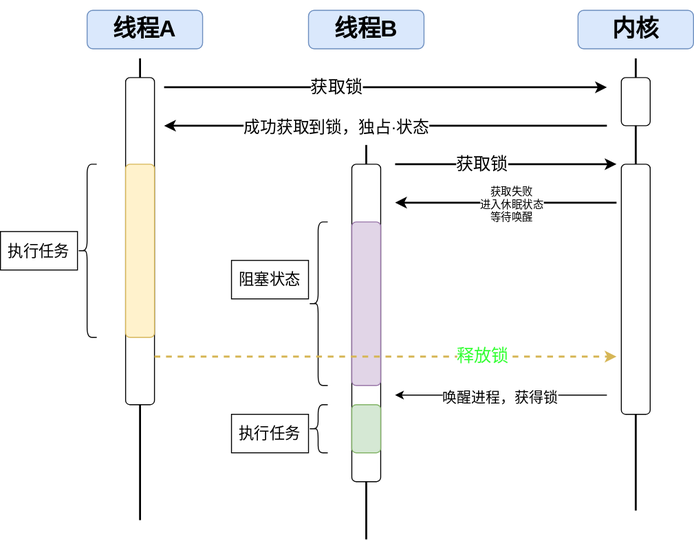
Earlier version of the draw.io export 互斥锁.svg (shenbeipiao/Reading-notes). Source tidied: cells renumbered, new cells last; positions are measured from the earlier drawing's top-left corner, leaving out a move shared by most shapes. Its diagram source:
```xml
<mxGraphModel>
  <root>
    <mxCell id="0" />
    <mxCell id="1" parent="0" />
    <mxCell id="2" style="line;strokeWidth=2;direction=south;html=1;" parent="1" vertex="1">
      <mxGeometry x="150" y="490" width="460" height="60" as="geometry" />
    </mxCell>
    <mxCell id="3" value="&lt;h1&gt;线程A&lt;/h1&gt;" style="rounded=1;whiteSpace=wrap;html=1;fillColor=#dae8fc;strokeColor=#6c8ebf;" parent="1" vertex="1">
      <mxGeometry x="90" width="120" height="40" as="geometry" />
    </mxCell>
    <mxCell id="4" value="&lt;h1&gt;线程B&lt;/h1&gt;" style="rounded=1;whiteSpace=wrap;html=1;fillColor=#dae8fc;strokeColor=#6c8ebf;" parent="1" vertex="1">
      <mxGeometry x="320" width="120" height="40" as="geometry" />
    </mxCell>
    <mxCell id="5" value="&lt;h1&gt;内核&lt;/h1&gt;" style="rounded=1;whiteSpace=wrap;html=1;fillColor=#dae8fc;strokeColor=#6c8ebf;" parent="1" vertex="1">
      <mxGeometry x="600" width="120" height="40" as="geometry" />
    </mxCell>
    <mxCell id="6" style="rounded=1;whiteSpace=wrap;html=1;" parent="1" vertex="1">
      <mxGeometry x="130" y="70" width="30" height="340" as="geometry" />
    </mxCell>
    <mxCell id="7" style="rounded=1;whiteSpace=wrap;html=1;" parent="1" vertex="1">
      <mxGeometry x="645" y="70" width="30" height="50" as="geometry" />
    </mxCell>
    <mxCell id="8" style="endArrow=classic;html=1;rounded=0;strokeWidth=2;" parent="1" edge="1">
      <mxGeometry relative="1" as="geometry">
        <mxPoint x="170" y="80" as="sourcePoint" />
        <mxPoint x="630" y="80" as="targetPoint" />
      </mxGeometry>
    </mxCell>
    <mxCell id="9" value="&lt;font style=&quot;font-size: 18px;&quot;&gt;获取锁&lt;/font&gt;" style="edgeLabel;html=1;align=center;verticalAlign=middle;" parent="8" vertex="1">
      <mxGeometry x="-0.23" y="1" relative="1" as="geometry" />
    </mxCell>
    <mxCell id="10" style="endArrow=classic;html=1;rounded=0;strokeWidth=2;" parent="1" edge="1">
      <mxGeometry relative="1" as="geometry">
        <mxPoint x="630" y="120" as="sourcePoint" />
        <mxPoint x="170" y="120" as="targetPoint" />
      </mxGeometry>
    </mxCell>
    <mxCell id="11" value="&lt;font style=&quot;font-size: 17px;&quot;&gt;成功获取到锁，独占·状态&lt;/font&gt;" style="edgeLabel;html=1;align=center;verticalAlign=middle;" parent="10" vertex="1">
      <mxGeometry x="0.23" y="2" relative="1" as="geometry" />
    </mxCell>
    <mxCell id="12" style="rounded=1;whiteSpace=wrap;html=1;" parent="1" vertex="1">
      <mxGeometry x="365" y="160" width="30" height="330" as="geometry" />
    </mxCell>
    <mxCell id="13" style="shape=curlyBracket;whiteSpace=wrap;html=1;rounded=1;labelPosition=left;verticalLabelPosition=middle;align=right;verticalAlign=middle;" parent="1" vertex="1">
      <mxGeometry x="80" y="160" width="20" height="180" as="geometry" />
    </mxCell>
    <mxCell id="14" style="rounded=1;whiteSpace=wrap;html=1;fillColor=#fff2cc;strokeColor=#d6b656;" parent="1" vertex="1">
      <mxGeometry x="130" y="160" width="30" height="180" as="geometry" />
    </mxCell>
    <mxCell id="15" value="&lt;font style=&quot;font-size: 16px;&quot;&gt;执行任务&lt;/font&gt;" style="whiteSpace=wrap;html=1;" parent="1" vertex="1">
      <mxGeometry y="230" width="80" height="40" as="geometry" />
    </mxCell>
    <mxCell id="16" style="rounded=1;whiteSpace=wrap;html=1;" parent="1" vertex="1">
      <mxGeometry x="645" y="160" width="30" height="260" as="geometry" />
    </mxCell>
    <mxCell id="17" style="endArrow=classic;html=1;rounded=0;strokeWidth=2;" parent="1" edge="1">
      <mxGeometry relative="1" as="geometry">
        <mxPoint x="410" y="160" as="sourcePoint" />
        <mxPoint x="640" y="160" as="targetPoint" />
      </mxGeometry>
    </mxCell>
    <mxCell id="18" value="&lt;font style=&quot;font-size: 18px;&quot;&gt;获取锁&lt;/font&gt;" style="edgeLabel;html=1;align=center;verticalAlign=middle;" parent="17" vertex="1">
      <mxGeometry x="-0.23" y="1" relative="1" as="geometry" />
    </mxCell>
    <mxCell id="19" style="endArrow=classic;html=1;rounded=0;strokeWidth=2;" parent="1" edge="1">
      <mxGeometry relative="1" as="geometry">
        <mxPoint x="640" y="200" as="sourcePoint" />
        <mxPoint x="410" y="200" as="targetPoint" />
      </mxGeometry>
    </mxCell>
    <mxCell id="20" value="&lt;span style=&quot;&quot;&gt;获取失败&lt;br&gt;进入休眠状态&lt;br&gt;等待唤醒&lt;/span&gt;" style="edgeLabel;html=1;align=center;verticalAlign=middle;" parent="19" vertex="1">
      <mxGeometry x="-0.23" y="1" relative="1" as="geometry">
        <mxPoint x="-21" as="offset" />
      </mxGeometry>
    </mxCell>
    <mxCell id="21" style="shape=curlyBracket;whiteSpace=wrap;html=1;rounded=1;labelPosition=left;verticalLabelPosition=middle;align=right;verticalAlign=middle;" parent="1" vertex="1">
      <mxGeometry x="320" y="220" width="20" height="170" as="geometry" />
    </mxCell>
    <mxCell id="22" style="rounded=1;whiteSpace=wrap;html=1;fillColor=#e1d5e7;strokeColor=#9673a6;" parent="1" vertex="1">
      <mxGeometry x="365" y="220" width="30" height="170" as="geometry" />
    </mxCell>
    <mxCell id="23" value="&lt;font style=&quot;font-size: 16px;&quot;&gt;阻塞状态&lt;/font&gt;" style="whiteSpace=wrap;html=1;" parent="1" vertex="1">
      <mxGeometry x="240" y="260" width="80" height="40" as="geometry" />
    </mxCell>
    <mxCell id="24" style="endArrow=classic;html=1;rounded=0;strokeWidth=2;dashed=1;fillColor=#fff2cc;strokeColor=#d6b656;" parent="1" edge="1">
      <mxGeometry relative="1" as="geometry">
        <mxPoint x="160" y="360" as="sourcePoint" />
        <mxPoint x="640" y="360" as="targetPoint" />
      </mxGeometry>
    </mxCell>
    <mxCell id="25" value="&lt;span style=&quot;font-size: 18px;&quot;&gt;&lt;font color=&quot;#33ff33&quot;&gt;释放锁&lt;/font&gt;&lt;/span&gt;" style="edgeLabel;html=1;align=center;verticalAlign=middle;" parent="24" vertex="1">
      <mxGeometry x="-0.23" y="1" relative="1" as="geometry">
        <mxPoint x="155" as="offset" />
      </mxGeometry>
    </mxCell>
    <mxCell id="26" style="line;strokeWidth=2;direction=south;html=1;" parent="1" vertex="1">
      <mxGeometry x="140" y="50" width="10" height="20" as="geometry" />
    </mxCell>
    <mxCell id="27" style="line;strokeWidth=2;direction=south;html=1;" parent="1" vertex="1">
      <mxGeometry x="140" y="410" width="10" height="120" as="geometry" />
    </mxCell>
    <mxCell id="28" style="line;strokeWidth=2;direction=south;html=1;" parent="1" vertex="1">
      <mxGeometry x="225" y="140" width="310" height="20" as="geometry" />
    </mxCell>
    <mxCell id="29" style="line;strokeWidth=2;direction=south;html=1;" parent="1" vertex="1">
      <mxGeometry x="655" y="120" width="10" height="40" as="geometry" />
    </mxCell>
    <mxCell id="30" style="line;strokeWidth=2;direction=south;html=1;" parent="1" vertex="1">
      <mxGeometry x="655" y="50" width="10" height="20" as="geometry" />
    </mxCell>
    <mxCell id="31" style="line;strokeWidth=2;direction=south;html=1;" parent="1" vertex="1">
      <mxGeometry x="655" y="420" width="10" height="100" as="geometry" />
    </mxCell>
    <mxCell id="32" style="endArrow=classic;html=1;rounded=0;" parent="1" edge="1">
      <mxGeometry relative="1" as="geometry">
        <mxPoint x="630" y="400" as="sourcePoint" />
        <mxPoint x="410" y="400" as="targetPoint" />
      </mxGeometry>
    </mxCell>
    <mxCell id="33" value="&lt;font style=&quot;font-size: 15px;&quot;&gt;唤醒进程，获得锁&lt;/font&gt;" style="edgeLabel;html=1;align=center;verticalAlign=middle;" parent="32" vertex="1">
      <mxGeometry x="0.01" y="1" relative="1" as="geometry" />
    </mxCell>
    <mxCell id="34" style="rounded=1;whiteSpace=wrap;html=1;fillColor=#d5e8d4;strokeColor=#82b366;" parent="1" vertex="1">
      <mxGeometry x="365" y="410" width="30" height="50" as="geometry" />
    </mxCell>
    <mxCell id="35" style="shape=curlyBracket;whiteSpace=wrap;html=1;rounded=1;labelPosition=left;verticalLabelPosition=middle;align=right;verticalAlign=middle;" parent="1" vertex="1">
      <mxGeometry x="320" y="410" width="20" height="50" as="geometry" />
    </mxCell>
    <mxCell id="36" value="&lt;font style=&quot;font-size: 16px;&quot;&gt;执行任务&lt;/font&gt;" style="whiteSpace=wrap;html=1;" parent="1" vertex="1">
      <mxGeometry x="240" y="420" width="80" height="40" as="geometry" />
    </mxCell>
  </root>
</mxGraphModel>
```
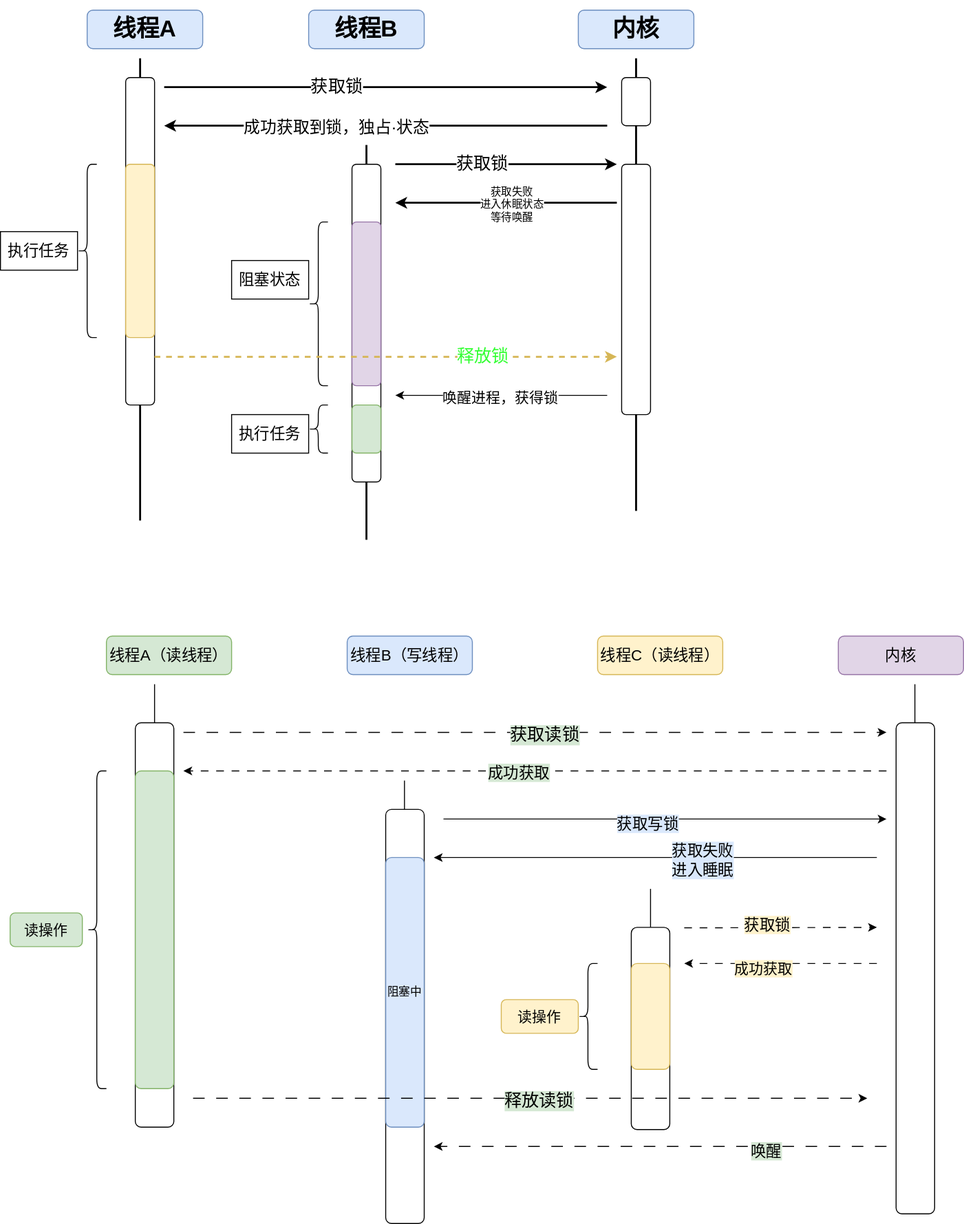
After the change.

Commit message:
更新互斥锁.svg

Diff of the diagram source:
```diff
@@ -2,6 +2,18 @@
   <root>
     <mxCell id="0" />
     <mxCell id="1" parent="0" />
+    <mxCell id="37" style="endArrow=none;html=1;rounded=0;" parent="1" edge="1">
+      <mxGeometry relative="1" as="geometry">
+        <mxPoint x="675" y="952.5" as="sourcePoint" />
+        <mxPoint x="675" y="912.5" as="targetPoint" />
+      </mxGeometry>
+    </mxCell>
+    <mxCell id="38" style="endArrow=none;html=1;rounded=0;" parent="1" edge="1">
+      <mxGeometry relative="1" as="geometry">
+        <mxPoint x="419.5" y="840" as="sourcePoint" />
+        <mxPoint x="419.5" y="800" as="targetPoint" />
+      </mxGeometry>
+    </mxCell>
     <mxCell id="2" style="line;strokeWidth=2;direction=south;html=1;" parent="1" vertex="1">
       <mxGeometry x="150" y="490" width="460" height="60" as="geometry" />
     </mxCell>
@@ -129,5 +141,140 @@
     <mxCell id="36" value="&lt;font style=&quot;font-size: 16px;&quot;&gt;执行任务&lt;/font&gt;" style="whiteSpace=wrap;html=1;" parent="1" vertex="1">
       <mxGeometry x="240" y="420" width="80" height="40" as="geometry" />
     </mxCell>
+    <mxCell id="39" value="&lt;font style=&quot;font-size: 16px;&quot;&gt;线程A（读线程）&lt;/font&gt;" style="rounded=1;whiteSpace=wrap;html=1;fillColor=#d5e8d4;strokeColor=#82b366;" parent="1" vertex="1">
+      <mxGeometry x="110" y="650" width="130" height="40" as="geometry" />
+    </mxCell>
+    <mxCell id="40" value="&lt;font style=&quot;font-size: 16px;&quot;&gt;线程B（写线程）&lt;/font&gt;" style="rounded=1;whiteSpace=wrap;html=1;fillColor=#dae8fc;strokeColor=#6c8ebf;" parent="1" vertex="1">
+      <mxGeometry x="360" y="650" width="130" height="40" as="geometry" />
+    </mxCell>
+    <mxCell id="41" value="&lt;font style=&quot;font-size: 16px;&quot;&gt;线程C（读线程）&lt;/font&gt;" style="rounded=1;whiteSpace=wrap;html=1;fillColor=#fff2cc;strokeColor=#d6b656;" parent="1" vertex="1">
+      <mxGeometry x="620" y="650" width="130" height="40" as="geometry" />
+    </mxCell>
+    <mxCell id="42" value="&lt;font style=&quot;font-size: 16px;&quot;&gt;内核&lt;/font&gt;" style="rounded=1;whiteSpace=wrap;html=1;fillColor=#e1d5e7;strokeColor=#9673a6;" parent="1" vertex="1">
+      <mxGeometry x="870" y="650" width="130" height="40" as="geometry" />
+    </mxCell>
+    <mxCell id="43" style="rounded=1;whiteSpace=wrap;html=1;" parent="1" vertex="1">
+      <mxGeometry x="140" y="740" width="40" height="420" as="geometry" />
+    </mxCell>
+    <mxCell id="44" style="endArrow=none;html=1;rounded=0;" parent="1" edge="1">
+      <mxGeometry relative="1" as="geometry">
+        <mxPoint x="160" y="740" as="sourcePoint" />
+        <mxPoint x="160" y="700" as="targetPoint" />
+      </mxGeometry>
+    </mxCell>
+    <mxCell id="45" style="rounded=1;whiteSpace=wrap;html=1;" parent="1" vertex="1">
+      <mxGeometry x="930" y="740" width="40" height="510" as="geometry" />
+    </mxCell>
+    <mxCell id="46" style="endArrow=none;html=1;rounded=0;" parent="1" edge="1">
+      <mxGeometry relative="1" as="geometry">
+        <mxPoint x="949.5" y="740" as="sourcePoint" />
+        <mxPoint x="949.5" y="700" as="targetPoint" />
+      </mxGeometry>
+    </mxCell>
+    <mxCell id="47" style="endArrow=classic;html=1;rounded=0;dashed=1;dashPattern=12 12;" parent="1" edge="1">
+      <mxGeometry relative="1" as="geometry">
+        <mxPoint x="190" y="750" as="sourcePoint" />
+        <mxPoint x="920" y="750" as="targetPoint" />
+      </mxGeometry>
+    </mxCell>
+    <mxCell id="48" value="Text" style="edgeLabel;html=1;align=center;verticalAlign=middle;" parent="47" vertex="1">
+      <mxGeometry x="0.02" y="1" relative="1" as="geometry" />
+    </mxCell>
+    <mxCell id="49" value="获取读锁" style="edgeLabel;html=1;align=center;verticalAlign=middle;fontSize=18;labelBackgroundColor=#d5e8d4;" parent="47" vertex="1">
+      <mxGeometry x="0.02" y="-2" relative="1" as="geometry" />
+    </mxCell>
+    <mxCell id="50" style="endArrow=classic;html=1;rounded=0;dashed=1;dashPattern=8 8;" parent="1" edge="1">
+      <mxGeometry relative="1" as="geometry">
+        <mxPoint x="920" y="790" as="sourcePoint" />
+        <mxPoint x="190" y="790" as="targetPoint" />
+      </mxGeometry>
+    </mxCell>
+    <mxCell id="51" value="&lt;font style=&quot;font-size: 16px;&quot;&gt;成功获取&lt;/font&gt;" style="edgeLabel;html=1;align=center;verticalAlign=middle;labelBackgroundColor=#d5e8d4;" parent="50" vertex="1">
+      <mxGeometry x="0.05" y="1" relative="1" as="geometry" />
+    </mxCell>
+    <mxCell id="52" style="rounded=1;whiteSpace=wrap;html=1;" parent="1" vertex="1">
+      <mxGeometry x="400" y="830" width="40" height="430" as="geometry" />
+    </mxCell>
+    <mxCell id="53" style="endArrow=classic;html=1;rounded=0;" parent="1" edge="1">
+      <mxGeometry relative="1" as="geometry">
+        <mxPoint x="460" y="840" as="sourcePoint" />
+        <mxPoint x="920" y="840" as="targetPoint" />
+      </mxGeometry>
+    </mxCell>
+    <mxCell id="54" value="&lt;font style=&quot;font-size: 16px;&quot;&gt;获取写锁&lt;/font&gt;" style="edgeLabel;html=1;align=center;verticalAlign=middle;labelBackgroundColor=#dae8fc;" parent="53" vertex="1">
+      <mxGeometry x="-0.08" y="-4" relative="1" as="geometry" />
+    </mxCell>
+    <mxCell id="55" style="endArrow=classic;html=1;rounded=0;" parent="1" edge="1">
+      <mxGeometry relative="1" as="geometry">
+        <mxPoint x="910" y="880" as="sourcePoint" />
+        <mxPoint x="450" y="880" as="targetPoint" />
+      </mxGeometry>
+    </mxCell>
+    <mxCell id="56" value="&lt;font style=&quot;font-size: 16px;&quot;&gt;获取失败&lt;br&gt;进入睡眠&lt;br&gt;&lt;/font&gt;" style="edgeLabel;html=1;align=center;verticalAlign=middle;labelBackgroundColor=#dae8fc;" parent="55" vertex="1">
+      <mxGeometry x="-0.21" y="2" relative="1" as="geometry" />
+    </mxCell>
+    <mxCell id="57" value="阻塞中" style="rounded=1;whiteSpace=wrap;html=1;fillColor=#dae8fc;strokeColor=#6c8ebf;" parent="1" vertex="1">
+      <mxGeometry x="400" y="880" width="40" height="280" as="geometry" />
+    </mxCell>
+    <mxCell id="58" style="rounded=1;whiteSpace=wrap;html=1;" parent="1" vertex="1">
+      <mxGeometry x="655" y="952.5" width="40" height="210" as="geometry" />
+    </mxCell>
+    <mxCell id="59" style="endArrow=classic;html=1;rounded=0;dashed=1;dashPattern=8 8;" parent="1" edge="1">
+      <mxGeometry relative="1" as="geometry">
+        <mxPoint x="710" y="953" as="sourcePoint" />
+        <mxPoint x="910" y="952.5" as="targetPoint" />
+      </mxGeometry>
+    </mxCell>
+    <mxCell id="60" value="&lt;font style=&quot;font-size: 16px;&quot;&gt;获取锁&lt;/font&gt;" style="edgeLabel;html=1;align=center;verticalAlign=middle;labelBackgroundColor=#fff2cc;" parent="59" vertex="1">
+      <mxGeometry x="-0.14" y="3" relative="1" as="geometry" />
+    </mxCell>
+    <mxCell id="61" style="endArrow=classic;html=1;rounded=0;dashed=1;dashPattern=8 8;" parent="1" edge="1">
+      <mxGeometry relative="1" as="geometry">
+        <mxPoint x="910" y="990" as="sourcePoint" />
+        <mxPoint x="710" y="990" as="targetPoint" />
+      </mxGeometry>
+    </mxCell>
+    <mxCell id="62" value="&lt;font style=&quot;font-size: 15px;&quot;&gt;成功获取&lt;/font&gt;" style="edgeLabel;html=1;align=center;verticalAlign=middle;labelBackgroundColor=#fff2cc;" parent="61" vertex="1">
+      <mxGeometry x="0.19" y="4" relative="1" as="geometry" />
+    </mxCell>
+    <mxCell id="63" style="rounded=1;whiteSpace=wrap;html=1;fillColor=#fff2cc;strokeColor=#d6b656;" parent="1" vertex="1">
+      <mxGeometry x="655" y="990" width="40" height="110" as="geometry" />
+    </mxCell>
+    <mxCell id="64" style="shape=curlyBracket;whiteSpace=wrap;html=1;rounded=1;labelPosition=left;verticalLabelPosition=middle;align=right;verticalAlign=middle;" parent="1" vertex="1">
+      <mxGeometry x="600" y="990" width="20" height="110" as="geometry" />
+    </mxCell>
+    <mxCell id="65" value="&lt;font style=&quot;font-size: 15px;&quot;&gt;读操作&lt;/font&gt;" style="rounded=1;whiteSpace=wrap;html=1;fillColor=#fff2cc;strokeColor=#d6b656;" parent="1" vertex="1">
+      <mxGeometry x="520" y="1027.5" width="80" height="35" as="geometry" />
+    </mxCell>
+    <mxCell id="66" style="rounded=1;whiteSpace=wrap;html=1;fillColor=#d5e8d4;strokeColor=#82b366;" parent="1" vertex="1">
+      <mxGeometry x="140" y="790" width="40" height="330" as="geometry" />
+    </mxCell>
+    <mxCell id="67" style="shape=curlyBracket;whiteSpace=wrap;html=1;rounded=1;labelPosition=left;verticalLabelPosition=middle;align=right;verticalAlign=middle;" parent="1" vertex="1">
+      <mxGeometry x="90" y="790" width="20" height="330" as="geometry" />
+    </mxCell>
+    <mxCell id="68" value="&lt;font style=&quot;font-size: 15px;&quot;&gt;读操作&lt;/font&gt;" style="rounded=1;whiteSpace=wrap;html=1;fillColor=#d5e8d4;strokeColor=#82b366;" parent="1" vertex="1">
+      <mxGeometry x="10" y="937.5" width="75" height="35" as="geometry" />
+    </mxCell>
+    <mxCell id="69" style="endArrow=classic;html=1;rounded=0;dashed=1;dashPattern=12 12;" parent="1" edge="1">
+      <mxGeometry relative="1" as="geometry">
+        <mxPoint x="200" y="1130" as="sourcePoint" />
+        <mxPoint x="900" y="1130" as="targetPoint" />
+      </mxGeometry>
+    </mxCell>
+    <mxCell id="70" value="Text" style="edgeLabel;html=1;align=center;verticalAlign=middle;" parent="69" vertex="1">
+      <mxGeometry x="0.02" y="1" relative="1" as="geometry" />
+    </mxCell>
+    <mxCell id="71" value="释放读锁" style="edgeLabel;html=1;align=center;verticalAlign=middle;fontSize=18;labelBackgroundColor=#d5e8d4;" parent="69" vertex="1">
+      <mxGeometry x="0.02" y="-2" relative="1" as="geometry" />
+    </mxCell>
+    <mxCell id="72" style="endArrow=classic;html=1;rounded=0;dashed=1;dashPattern=12 12;" parent="1" edge="1">
+      <mxGeometry relative="1" as="geometry">
+        <mxPoint x="920" y="1180" as="sourcePoint" />
+        <mxPoint x="450" y="1180" as="targetPoint" />
+      </mxGeometry>
+    </mxCell>
+    <mxCell id="73" value="&lt;font style=&quot;font-size: 16px;&quot;&gt;唤醒&lt;/font&gt;" style="edgeLabel;html=1;align=center;verticalAlign=middle;labelBackgroundColor=#d5e8d4;" parent="72" vertex="1">
+      <mxGeometry x="-0.46" y="4" relative="1" as="geometry" />
+    </mxCell>
   </root>
 </mxGraphModel>
```
